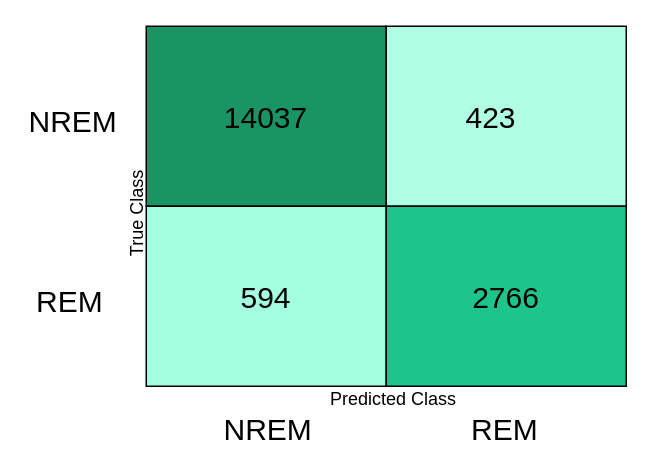
This is confusion_Mat.drawio from RafsanJany-44/Research-NREM-REM, a draw.io file, before an edit. Source tidied: cells renumbered, new cells numbered last; positions are measured from the earlier drawing's top-left corner, leaving out a move shared by most shapes. Both pictures are drawn from the tidied source at 150%, with x=0, y=0 at pixel (26, 26).
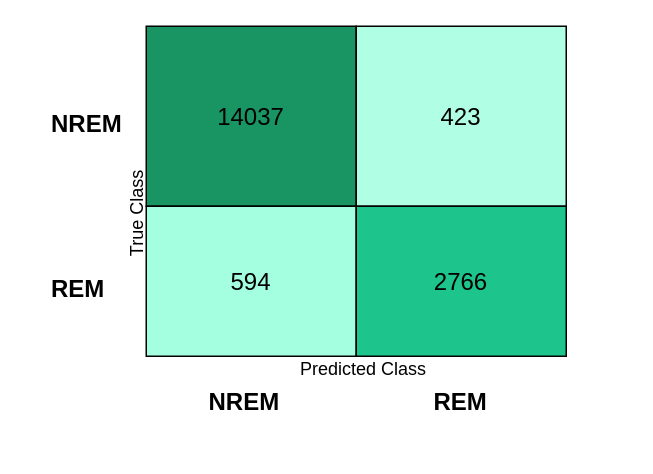
After the change.

The edit, as a diff of the source:
```diff
@@
 <mxGraphModel>
   <root>
     <mxCell id="0" />
     <mxCell id="1" parent="0" />
     <mxCell id="2" style="rounded=0;whiteSpace=wrap;html=1;fillColor=#199564;" parent="1" vertex="1">
-      <mxGeometry x="80" width="160" height="120" as="geometry" />
+      <mxGeometry x="80" width="140" height="120" as="geometry" />
     </mxCell>
-    <mxCell id="3" value="&lt;font style=&quot;font-size: 20px;&quot;&gt;14037&lt;/font&gt;" style="text;html=1;strokeColor=none;fillColor=none;align=center;verticalAlign=middle;whiteSpace=wrap;rounded=0;" parent="1" vertex="1">
-      <mxGeometry x="130" y="45" width="60" height="30" as="geometry" />
+    <mxCell id="3" value="&lt;font style=&quot;font-size: 16px;&quot;&gt;14037&lt;/font&gt;" style="text;html=1;strokeColor=none;fillColor=none;align=center;verticalAlign=middle;whiteSpace=wrap;rounded=0;" parent="1" vertex="1">
+      <mxGeometry x="120" y="45" width="60" height="30" as="geometry" />
     </mxCell>
     <mxCell id="4" style="rounded=0;whiteSpace=wrap;html=1;fillColor=#B0FFE5;" parent="1" vertex="1">
-      <mxGeometry x="240" width="160" height="120" as="geometry" />
+      <mxGeometry x="220" width="140" height="120" as="geometry" />
     </mxCell>
-    <mxCell id="5" value="&lt;span style=&quot;font-size: 20px;&quot;&gt;423&lt;/span&gt;" style="text;html=1;strokeColor=none;fillColor=none;align=center;verticalAlign=middle;whiteSpace=wrap;rounded=0;" parent="1" vertex="1">
-      <mxGeometry x="280" y="45" width="60" height="30" as="geometry" />
+    <mxCell id="5" value="&lt;font style=&quot;font-size: 16px;&quot;&gt;423&lt;/font&gt;" style="text;html=1;strokeColor=none;fillColor=none;align=center;verticalAlign=middle;whiteSpace=wrap;rounded=0;" parent="1" vertex="1">
+      <mxGeometry x="260" y="45" width="60" height="30" as="geometry" />
     </mxCell>
     <mxCell id="6" style="rounded=0;whiteSpace=wrap;html=1;fillColor=#A3FFE0;" parent="1" vertex="1">
-      <mxGeometry x="80" y="120" width="160" height="120" as="geometry" />
+      <mxGeometry x="80" y="120" width="140" height="100" as="geometry" />
     </mxCell>
-    <mxCell id="7" value="&lt;span style=&quot;font-size: 20px;&quot;&gt;594&lt;/span&gt;" style="text;html=1;strokeColor=none;fillColor=none;align=center;verticalAlign=middle;whiteSpace=wrap;rounded=0;" parent="1" vertex="1">
-      <mxGeometry x="130" y="165" width="60" height="30" as="geometry" />
+    <mxCell id="7" value="&lt;font style=&quot;font-size: 16px;&quot;&gt;594&lt;/font&gt;" style="text;html=1;strokeColor=none;fillColor=none;align=center;verticalAlign=middle;whiteSpace=wrap;rounded=0;" parent="1" vertex="1">
+      <mxGeometry x="120" y="155" width="60" height="30" as="geometry" />
     </mxCell>
     <mxCell id="8" style="rounded=0;whiteSpace=wrap;html=1;fillColor=#1DC48B;" parent="1" vertex="1">
-      <mxGeometry x="240" y="120" width="160" height="120" as="geometry" />
+      <mxGeometry x="220" y="120" width="140" height="100" as="geometry" />
     </mxCell>
-    <mxCell id="9" value="&lt;span style=&quot;font-size: 20px;&quot;&gt;2766&lt;/span&gt;" style="text;html=1;strokeColor=none;fillColor=none;align=center;verticalAlign=middle;whiteSpace=wrap;rounded=0;" parent="1" vertex="1">
-      <mxGeometry x="290" y="165" width="60" height="30" as="geometry" />
+    <mxCell id="9" value="&lt;font style=&quot;font-size: 16px;&quot;&gt;2766&lt;/font&gt;" style="text;html=1;strokeColor=none;fillColor=none;align=center;verticalAlign=middle;whiteSpace=wrap;rounded=0;" parent="1" vertex="1">
+      <mxGeometry x="260" y="155" width="60" height="30" as="geometry" />
     </mxCell>
-    <mxCell id="10" value="&lt;div style=&quot;text-align: center;&quot;&gt;&lt;span style=&quot;background-color: initial;&quot;&gt;NREM&lt;/span&gt;&lt;/div&gt;" style="text;whiteSpace=wrap;html=1;fontSize=20;" parent="1" vertex="1">
-      <mxGeometry y="45" width="60" height="30" as="geometry" />
+    <mxCell id="10" value="&lt;div style=&quot;text-align: center;&quot;&gt;&lt;span style=&quot;background-color: initial;&quot;&gt;&lt;font style=&quot;font-size: 16px;&quot;&gt;&lt;b style=&quot;&quot;&gt;NREM&lt;/b&gt;&lt;/font&gt;&lt;/span&gt;&lt;/div&gt;" style="text;whiteSpace=wrap;html=1;fontSize=20;" parent="1" vertex="1">
+      <mxGeometry x="15" y="45" width="60" height="30" as="geometry" />
     </mxCell>
-    <mxCell id="11" value="&lt;div style=&quot;text-align: center;&quot;&gt;&lt;span style=&quot;background-color: initial;&quot;&gt;REM&lt;/span&gt;&lt;/div&gt;" style="text;whiteSpace=wrap;html=1;fontSize=20;" parent="1" vertex="1">
-      <mxGeometry x="5" y="165" width="50" height="30" as="geometry" />
+    <mxCell id="11" value="&lt;div style=&quot;text-align: center;&quot;&gt;&lt;span style=&quot;background-color: initial;&quot;&gt;&lt;font style=&quot;font-size: 16px;&quot;&gt;&lt;b&gt;REM&lt;/b&gt;&lt;/font&gt;&lt;/span&gt;&lt;/div&gt;" style="text;whiteSpace=wrap;html=1;fontSize=20;" parent="1" vertex="1">
+      <mxGeometry x="15" y="155" width="50" height="35" as="geometry" />
     </mxCell>
-    <mxCell id="12" value="&lt;div style=&quot;text-align: center;&quot;&gt;&lt;span style=&quot;background-color: initial;&quot;&gt;NREM&lt;/span&gt;&lt;/div&gt;" style="text;whiteSpace=wrap;html=1;fontSize=20;" parent="1" vertex="1">
-      <mxGeometry x="130" y="250" width="60" height="30" as="geometry" />
+    <mxCell id="12" value="&lt;div style=&quot;text-align: center;&quot;&gt;&lt;span style=&quot;background-color: initial;&quot;&gt;&lt;font style=&quot;font-size: 16px;&quot;&gt;&lt;b&gt;NREM&lt;/b&gt;&lt;/font&gt;&lt;/span&gt;&lt;/div&gt;" style="text;whiteSpace=wrap;html=1;fontSize=20;" parent="1" vertex="1">
+      <mxGeometry x="120" y="230" width="60" height="30" as="geometry" />
     </mxCell>
-    <mxCell id="13" value="&lt;div style=&quot;text-align: center;&quot;&gt;&lt;span style=&quot;background-color: initial;&quot;&gt;REM&lt;/span&gt;&lt;/div&gt;" style="text;whiteSpace=wrap;html=1;fontSize=20;" parent="1" vertex="1">
-      <mxGeometry x="295" y="250" width="50" height="30" as="geometry" />
+    <mxCell id="13" value="&lt;div style=&quot;text-align: center;&quot;&gt;&lt;span style=&quot;background-color: initial;&quot;&gt;&lt;font style=&quot;font-size: 16px;&quot;&gt;&lt;b&gt;REM&lt;/b&gt;&lt;/font&gt;&lt;/span&gt;&lt;/div&gt;" style="text;whiteSpace=wrap;html=1;fontSize=20;" parent="1" vertex="1">
+      <mxGeometry x="270" y="230" width="50" height="30" as="geometry" />
     </mxCell>
     <mxCell id="14" value="&lt;font style=&quot;font-size: 12px;&quot;&gt;True Class&lt;/font&gt;" style="text;html=1;strokeColor=none;fillColor=none;align=center;verticalAlign=middle;whiteSpace=wrap;rounded=0;fontSize=20;rotation=-90;" parent="1" vertex="1">
       <mxGeometry x="20" y="110" width="100" height="30" as="geometry" />
     </mxCell>
     <mxCell id="15" value="&lt;font style=&quot;font-size: 12px;&quot;&gt;Predicted Class&lt;/font&gt;" style="text;html=1;strokeColor=none;fillColor=none;align=center;verticalAlign=middle;whiteSpace=wrap;rounded=0;fontSize=20;rotation=0;" parent="1" vertex="1">
-      <mxGeometry x="190" y="230" width="110" height="30" as="geometry" />
+      <mxGeometry x="170" y="210" width="110" height="30" as="geometry" />
     </mxCell>
   </root>
 </mxGraphModel>
```
